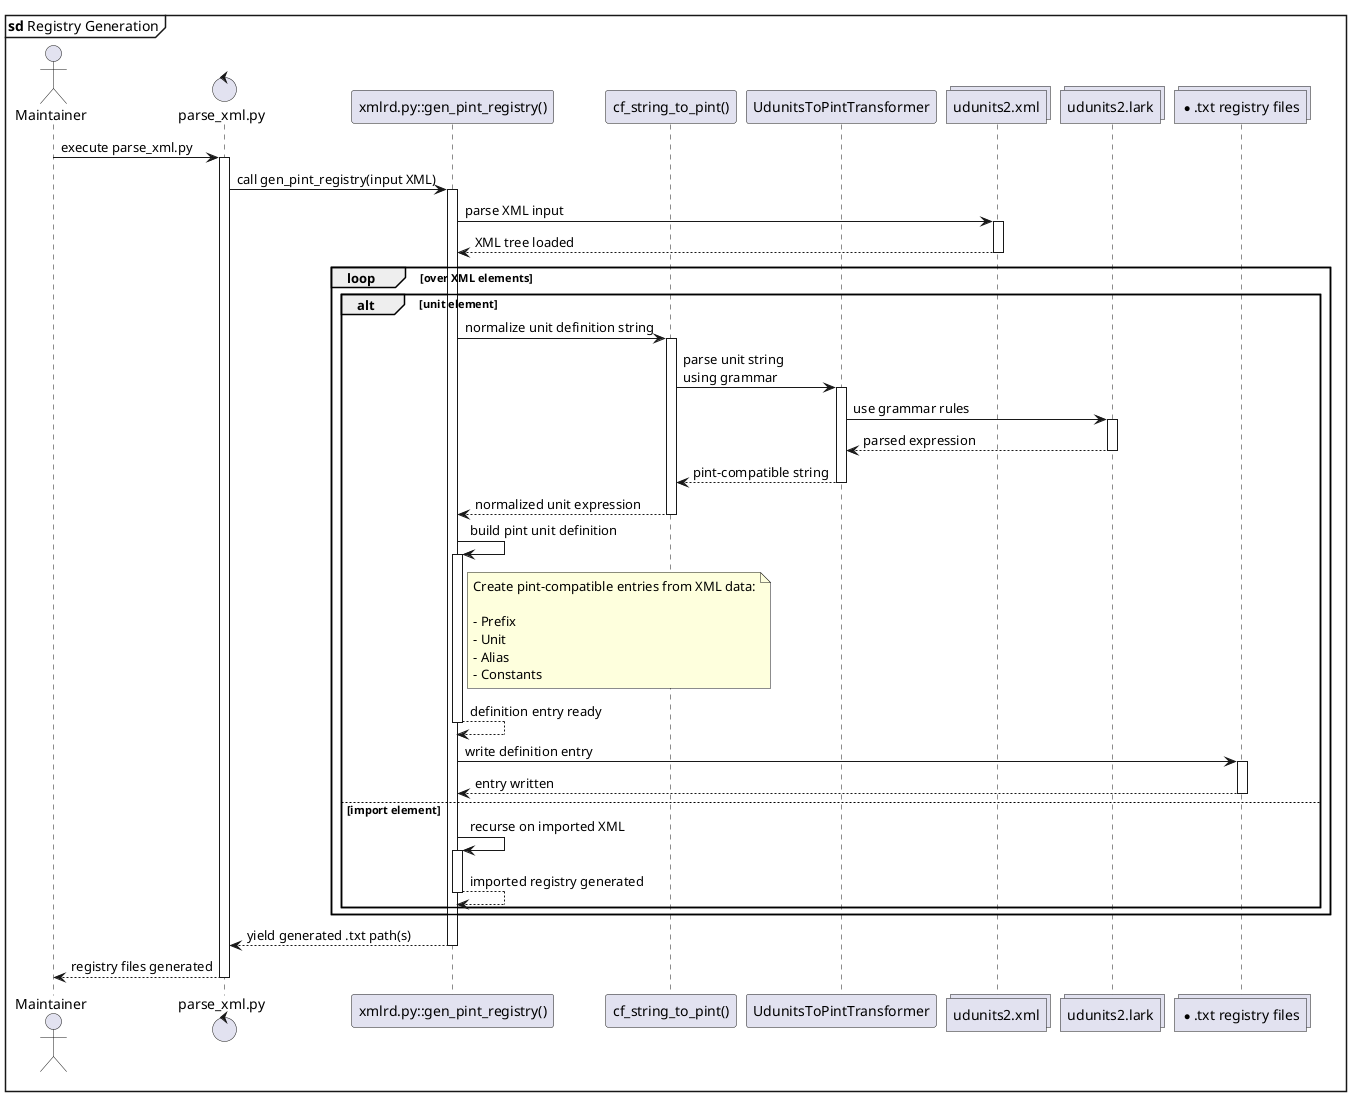
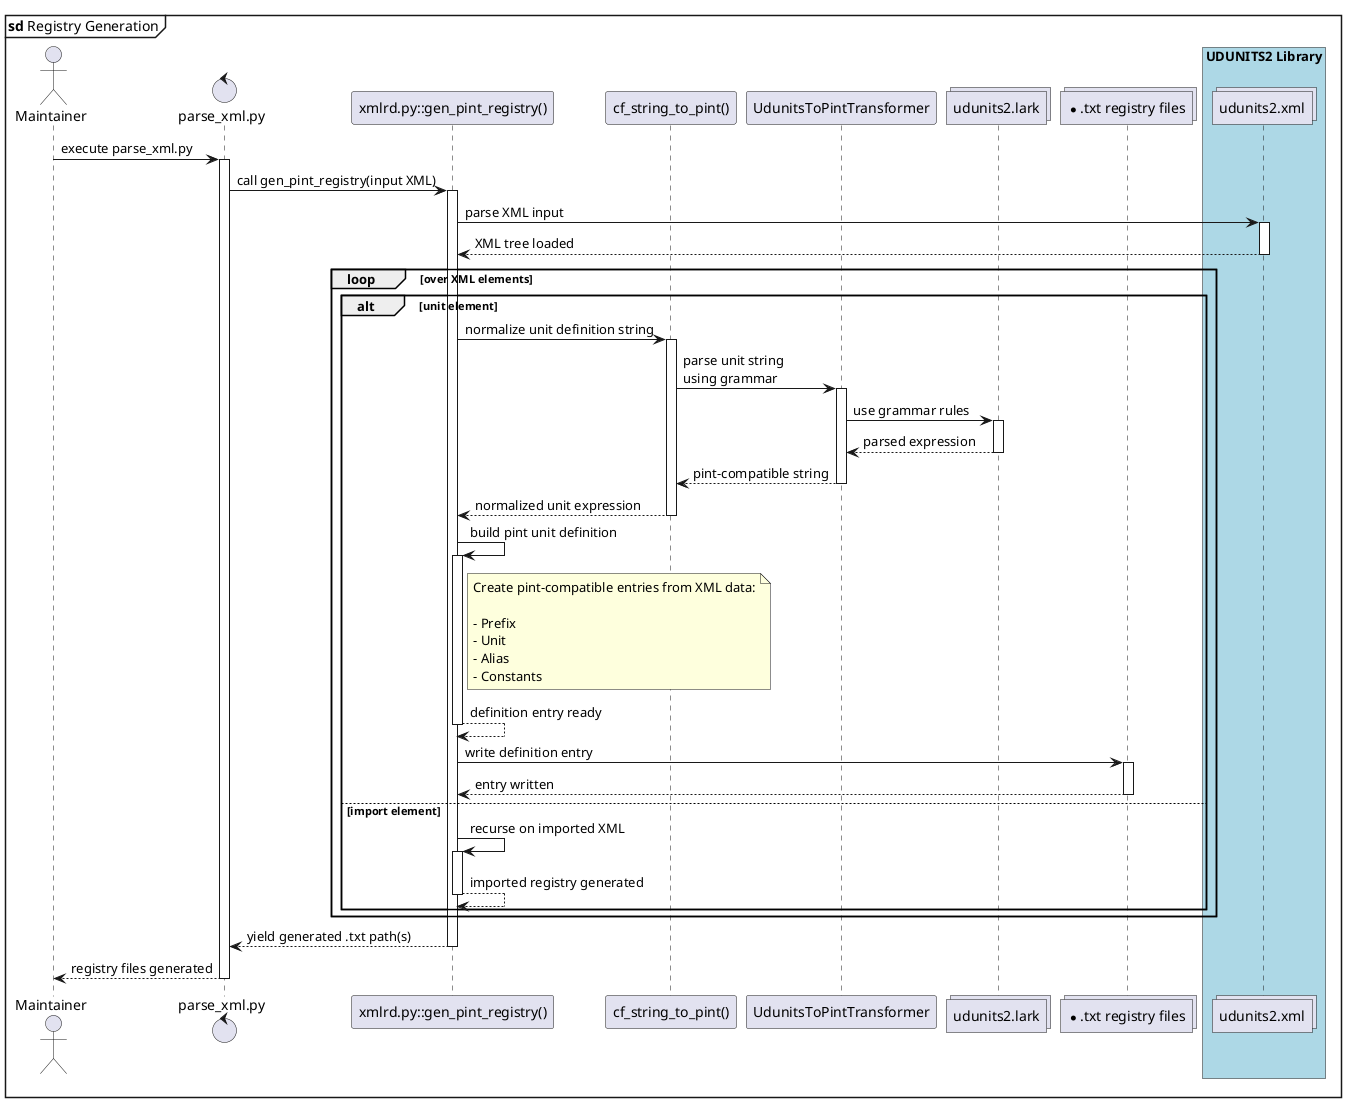
@startuml sd-registry
mainframe **sd** Registry Generation

autoactivate on

actor Maintainer

control "parse_xml.py" as CLI
participant "xmlrd.py::gen_pint_registry()" as XMLRD
participant "cf_string_to_pint()" as PREPROCESSOR
participant UdunitsToPintTransformer as PARSER
- collections "udunits2.xml" as F_XML
collections "udunits2.lark" as F_LARK
collections "*.txt registry files" as F_TXT
+ box "UDUNITS2 Library" #LightBlue
+     collections "udunits2.xml" as F_XML
+ end box

Maintainer -> CLI : execute parse_xml.py
    CLI -> XMLRD : call gen_pint_registry(input XML)
        XMLRD -> F_XML : parse XML input
            return XML tree loaded

        loop over XML elements
            alt unit element
                XMLRD -> PREPROCESSOR : normalize unit definition string
                    PREPROCESSOR -> PARSER : parse unit string\nusing grammar
                        PARSER -> F_LARK : use grammar rules
                            return parsed expression
                        return pint-compatible string
                    return normalized unit expression

                XMLRD -> XMLRD : build pint unit definition
                    note right of XMLRD
                        Create pint-compatible entries from XML data:

                        - Prefix
                        - Unit
                        - Alias
                        - Constants
                    end note
                    return definition entry ready

                XMLRD -> F_TXT : write definition entry
                    return entry written
            else import element
                XMLRD -> XMLRD : recurse on imported XML
                    return imported registry generated
            end
        end

-         XMLRD --> CLI : yield generated .txt path(s)
+         return yield generated .txt path(s)

- CLI --> Maintainer : registry files generated
+     return registry files generated

@enduml
